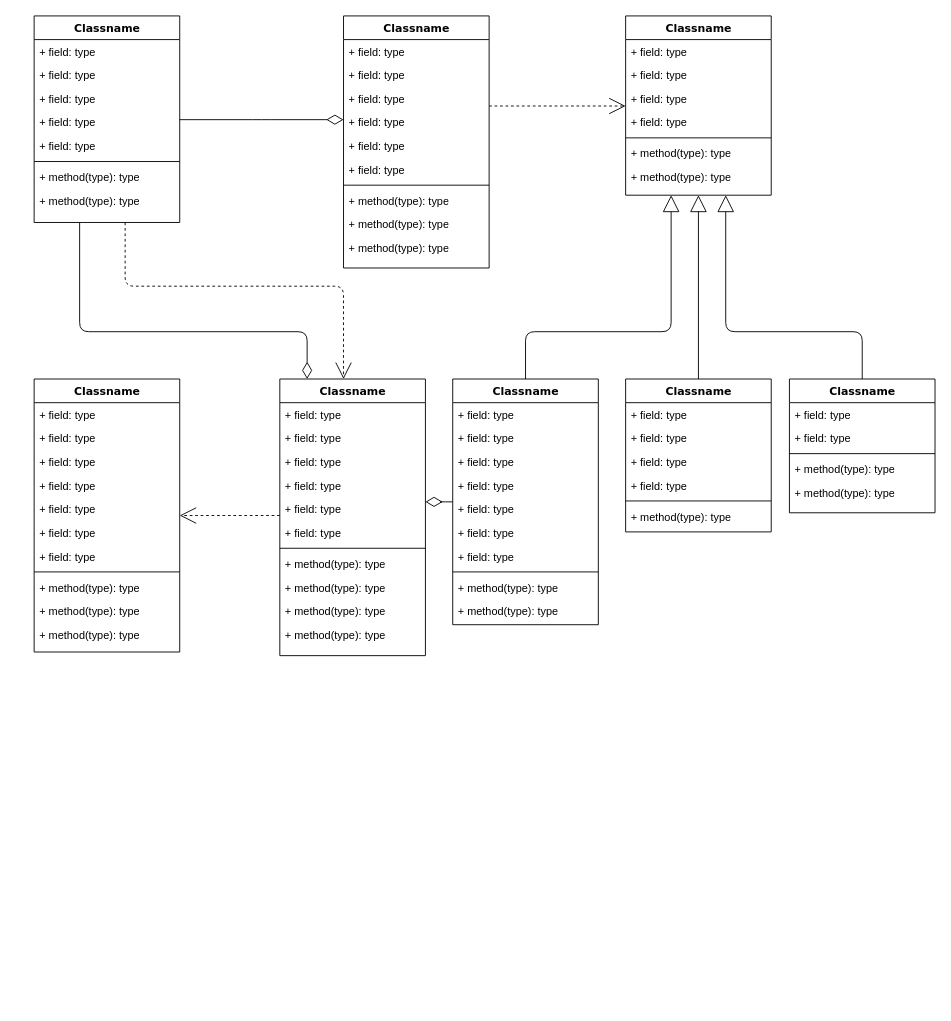
The draw.io diagram Untitled Diagram.drawio in ubermachine/Drawio, before the edit. Source tidied: cells renumbered, new cells numbered last; positions are measured from the earlier drawing's top-left corner, leaving out a move shared by most shapes. Both pictures are drawn from the tidied source at 91%, with x=0, y=0 at pixel (34, 15).
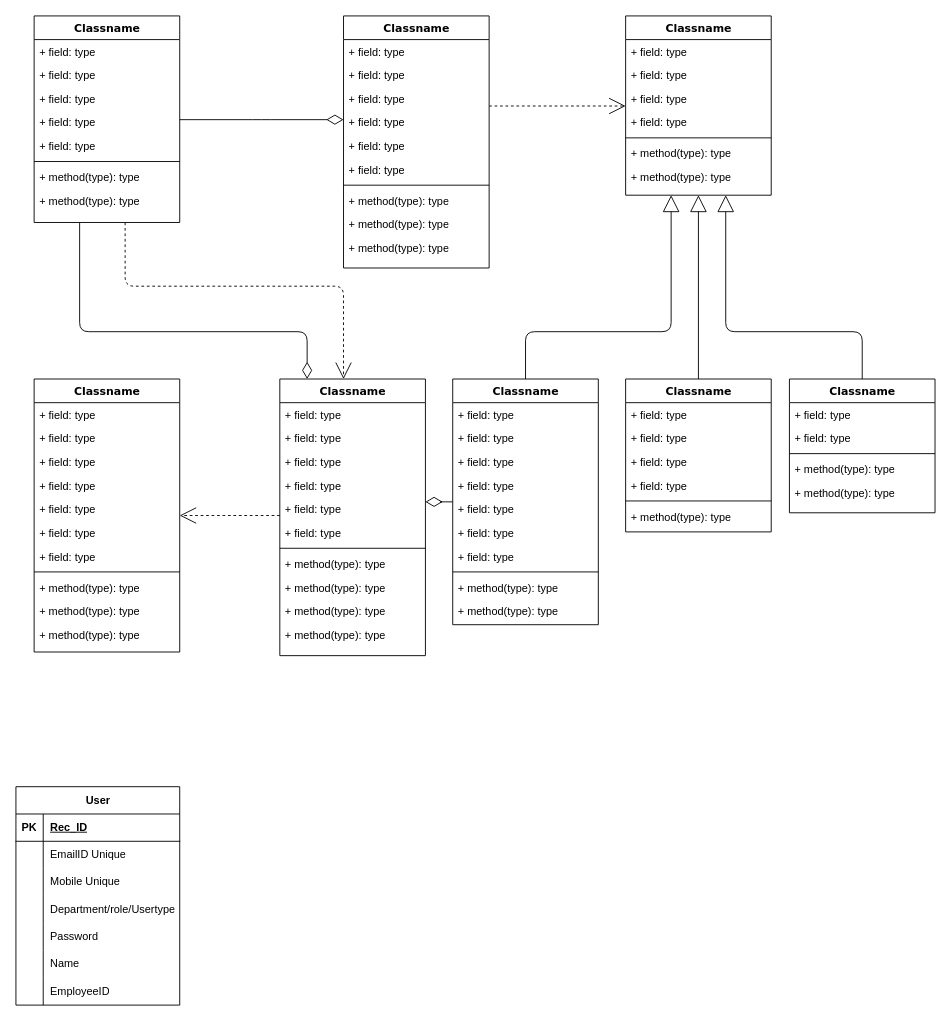
After the change.

What changed in the source:
```diff
@@
+    <mxCell id="87" style="shape=partialRectangle;fillColor=none;top=0;left=0;bottom=0;right=0;align=left;spacingLeft=6;overflow=hidden;whiteSpace=wrap;html=1;" parent="1" vertex="1">
+      <mxGeometry x="50" y="1057" width="150" height="30" as="geometry" />
+    </mxCell>
+    <mxCell id="88" value="User" style="shape=table;startSize=30;childLayout=tableLayout;rowLines=0;fontStyle=1;align=center;html=1;" parent="1" vertex="1">
+      <mxGeometry x="-20" y="847" width="180" height="240" as="geometry" />
+    </mxCell>
+    <mxCell id="89" style="shape=tableRow;horizontal=0;startSize=0;swimlaneHead=0;swimlaneBody=0;fillColor=none;top=0;left=0;right=0;bottom=1;" parent="88" vertex="1">
+      <mxGeometry y="30" width="180" height="30" as="geometry" />
+    </mxCell>
+    <mxCell id="90" value="PK" style="shape=partialRectangle;fillColor=none;top=0;left=0;bottom=0;right=0;fontStyle=1;overflow=hidden;whiteSpace=wrap;html=1;" parent="89" vertex="1">
+      <mxGeometry width="30" height="30" as="geometry" />
+    </mxCell>
+    <mxCell id="91" value="Rec_ID" style="shape=partialRectangle;fillColor=none;top=0;left=0;bottom=0;right=0;align=left;spacingLeft=6;fontStyle=5;overflow=hidden;whiteSpace=wrap;html=1;" parent="89" vertex="1">
+      <mxGeometry x="30" width="150" height="30" as="geometry" />
+    </mxCell>
+    <mxCell id="92" style="shape=tableRow;horizontal=0;startSize=0;swimlaneHead=0;swimlaneBody=0;fillColor=none;top=0;left=0;right=0;bottom=0;" parent="88" vertex="1">
+      <mxGeometry y="60" width="180" height="30" as="geometry" />
+    </mxCell>
+    <mxCell id="93" style="shape=partialRectangle;fillColor=none;top=0;left=0;bottom=0;right=0;overflow=hidden;whiteSpace=wrap;html=1;" parent="92" vertex="1">
+      <mxGeometry width="30" height="30" as="geometry" />
+    </mxCell>
+    <mxCell id="94" value="EmailID Unique" style="shape=partialRectangle;fillColor=none;top=0;left=0;bottom=0;right=0;align=left;spacingLeft=6;overflow=hidden;whiteSpace=wrap;html=1;" parent="92" vertex="1">
+      <mxGeometry x="30" width="150" height="30" as="geometry" />
+    </mxCell>
+    <mxCell id="95" style="shape=tableRow;horizontal=0;startSize=0;swimlaneHead=0;swimlaneBody=0;fillColor=none;top=0;left=0;right=0;bottom=0;" parent="88" vertex="1">
+      <mxGeometry y="90" width="180" height="30" as="geometry" />
+    </mxCell>
+    <mxCell id="96" style="shape=partialRectangle;fillColor=none;top=0;left=0;bottom=0;right=0;overflow=hidden;whiteSpace=wrap;html=1;" parent="95" vertex="1">
+      <mxGeometry width="30" height="30" as="geometry" />
+    </mxCell>
+    <mxCell id="97" value="Mobile Unique" style="shape=partialRectangle;fillColor=none;top=0;left=0;bottom=0;right=0;align=left;spacingLeft=6;overflow=hidden;whiteSpace=wrap;html=1;" parent="95" vertex="1">
+      <mxGeometry x="30" width="150" height="30" as="geometry" />
+    </mxCell>
+    <mxCell id="98" style="shape=tableRow;horizontal=0;startSize=0;swimlaneHead=0;swimlaneBody=0;fillColor=none;top=0;left=0;right=0;bottom=0;" parent="88" vertex="1">
+      <mxGeometry y="120" width="180" height="30" as="geometry" />
+    </mxCell>
+    <mxCell id="99" style="shape=partialRectangle;fillColor=none;top=0;left=0;bottom=0;right=0;overflow=hidden;whiteSpace=wrap;html=1;" parent="98" vertex="1">
+      <mxGeometry width="30" height="30" as="geometry" />
+    </mxCell>
+    <mxCell id="100" value="Department/role/Usertype" style="shape=partialRectangle;fillColor=none;top=0;left=0;bottom=0;right=0;align=left;spacingLeft=6;overflow=hidden;whiteSpace=wrap;html=1;" parent="98" vertex="1">
+      <mxGeometry x="30" width="150" height="30" as="geometry" />
+    </mxCell>
+    <mxCell id="101" style="shape=tableRow;horizontal=0;startSize=0;swimlaneHead=0;swimlaneBody=0;fillColor=none;top=0;left=0;right=0;bottom=0;" parent="88" vertex="1">
+      <mxGeometry y="150" width="180" height="30" as="geometry" />
+    </mxCell>
+    <mxCell id="102" style="shape=partialRectangle;fillColor=none;top=0;left=0;bottom=0;right=0;overflow=hidden;whiteSpace=wrap;html=1;" parent="101" vertex="1">
+      <mxGeometry width="30" height="30" as="geometry" />
+    </mxCell>
+    <mxCell id="103" value="Password" style="shape=partialRectangle;fillColor=none;top=0;left=0;bottom=0;right=0;align=left;spacingLeft=6;overflow=hidden;whiteSpace=wrap;html=1;" parent="101" vertex="1">
+      <mxGeometry x="30" width="150" height="30" as="geometry" />
+    </mxCell>
+    <mxCell id="104" style="shape=tableRow;horizontal=0;startSize=0;swimlaneHead=0;swimlaneBody=0;fillColor=none;top=0;left=0;right=0;bottom=0;" parent="88" vertex="1">
+      <mxGeometry y="180" width="180" height="30" as="geometry" />
+    </mxCell>
+    <mxCell id="105" style="shape=partialRectangle;fillColor=none;top=0;left=0;bottom=0;right=0;overflow=hidden;whiteSpace=wrap;html=1;" parent="104" vertex="1">
+      <mxGeometry width="30" height="30" as="geometry" />
+    </mxCell>
+    <mxCell id="106" value="Name" style="shape=partialRectangle;fillColor=none;top=0;left=0;bottom=0;right=0;align=left;spacingLeft=6;overflow=hidden;whiteSpace=wrap;html=1;" parent="104" vertex="1">
+      <mxGeometry x="30" width="150" height="30" as="geometry" />
+    </mxCell>
+    <mxCell id="107" style="shape=tableRow;horizontal=0;startSize=0;swimlaneHead=0;swimlaneBody=0;fillColor=none;top=0;left=0;right=0;bottom=0;" parent="88" vertex="1">
+      <mxGeometry y="210" width="180" height="30" as="geometry" />
+    </mxCell>
+    <mxCell id="108" style="shape=partialRectangle;fillColor=none;top=0;left=0;bottom=0;right=0;overflow=hidden;whiteSpace=wrap;html=1;" parent="107" vertex="1">
+      <mxGeometry width="30" height="30" as="geometry" />
+    </mxCell>
+    <mxCell id="109" value="EmployeeID" style="shape=partialRectangle;fillColor=none;top=0;left=0;bottom=0;right=0;align=left;spacingLeft=6;overflow=hidden;whiteSpace=wrap;html=1;" parent="107" vertex="1">
+      <mxGeometry x="30" width="150" height="30" as="geometry" />
+    </mxCell>
```
